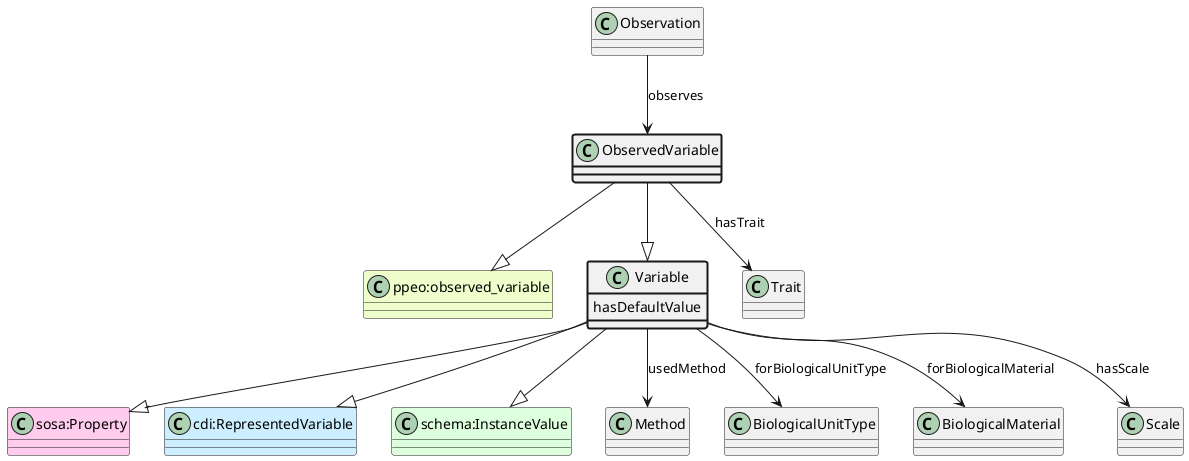
Above: ttl_uml/ttl_appn_ObservedVariable.png in aus-plant-phenomics-network/appn-schema (PlantUML), before the change. Its diagram source:
```plantuml
@startuml
class ObservedVariable  #line.bold
class "ppeo:observed_variable" #EEFFCC
ObservedVariable --|> "ppeo:observed_variable"
class Variable
class "sosa:Property" #FFCCEE
Variable --|> "sosa:Property"
class "cdi:RepresentedVariable" #CCEEFF
Variable --|> "cdi:RepresentedVariable"
class "schema:InstanceValue" #DDFFDD
Variable --|> "schema:InstanceValue"
ObservedVariable --|> Variable
class Observation
Observation --> ObservedVariable : observes
class Trait
ObservedVariable --> Trait : hasTrait
class Variable #line.bold {
    hasDefaultValue
}
class Method
Variable --> Method : usedMethod
class BiologicalUnitType
Variable --> BiologicalUnitType : forBiologicalUnitType
class BiologicalMaterial
Variable --> BiologicalMaterial : forBiologicalMaterial
class Scale
Variable --> Scale : hasScale
@enduml
```
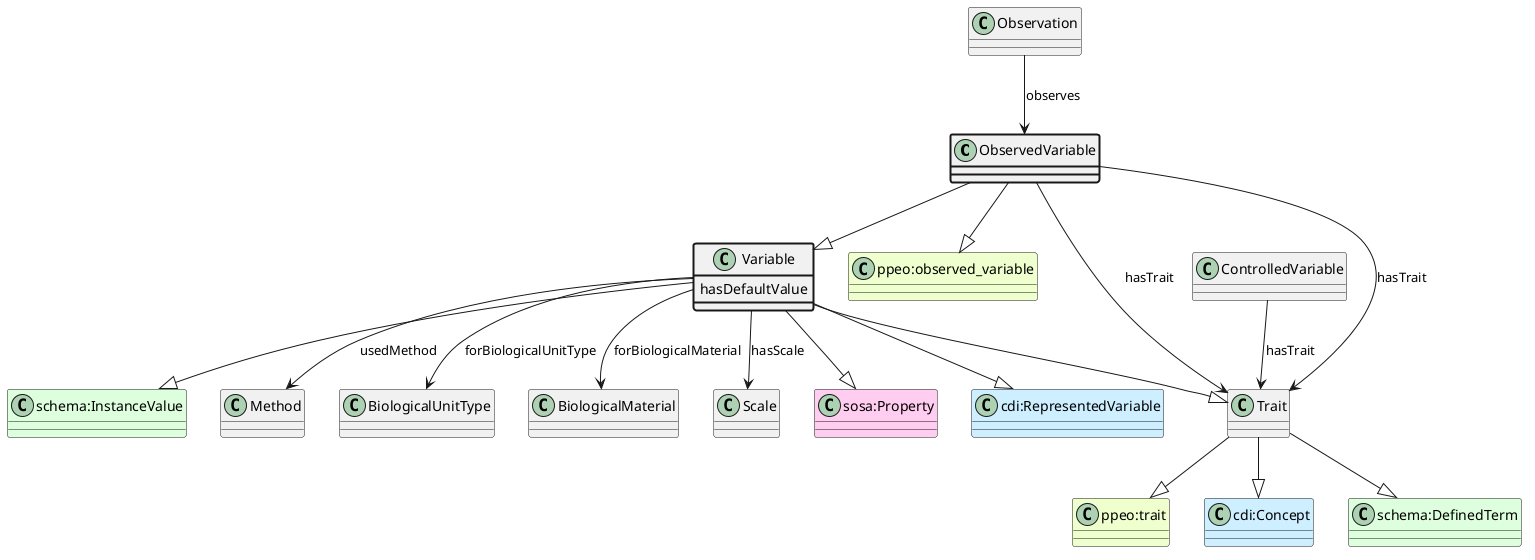
The same file after the commit.

The edit, as a diff of the source:
```diff
@@ -3,6 +3,14 @@
 class "ppeo:observed_variable" #EEFFCC
 ObservedVariable --|> "ppeo:observed_variable"
 class Variable
+class Trait
+class "ppeo:trait" #EEFFCC
+Trait --|> "ppeo:trait"
+class "cdi:Concept" #CCEEFF
+Trait --|> "cdi:Concept"
+class "schema:DefinedTerm" #DDFFDD
+Trait --|> "schema:DefinedTerm"
+Variable --|> Trait
 class "sosa:Property" #FFCCEE
 Variable --|> "sosa:Property"
 class "cdi:RepresentedVariable" #CCEEFF
@@ -25,4 +33,7 @@
 Variable --> BiologicalMaterial : forBiologicalMaterial
 class Scale
 Variable --> Scale : hasScale
+ObservedVariable --> Trait : hasTrait
+class ControlledVariable
+ControlledVariable --> Trait : hasTrait
 @enduml
```
